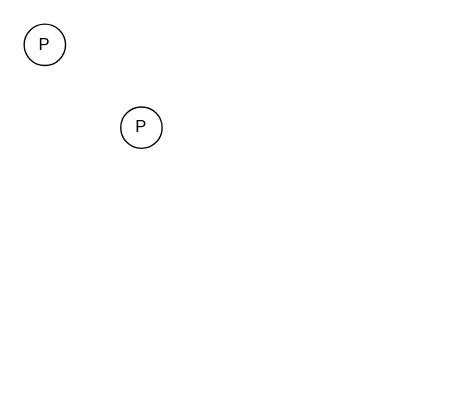
This is ZigZag.drawio from guoyitao/images, a draw.io file, before an edit. Source tidied: cells renumbered, new cells numbered last; positions are measured from the earlier drawing's top-left corner, leaving out a move shared by most shapes. Both pictures are drawn from the tidied source at 138%, with x=0, y=0 at pixel (23, 23).
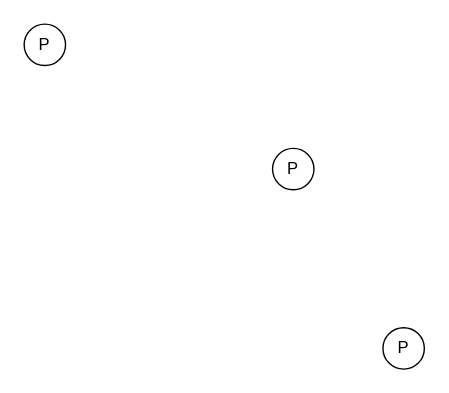
After the change.

Diff of the diagram source:
```diff
@@
 <mxGraphModel>
   <root>
     <mxCell id="0" />
     <mxCell id="1" parent="0" />
     <mxCell id="2" value="P" style="ellipse;whiteSpace=wrap;html=1;" parent="1" vertex="1">
       <mxGeometry width="30" height="30" as="geometry" />
     </mxCell>
     <mxCell id="3" value="P" style="ellipse;whiteSpace=wrap;html=1;" parent="1" vertex="1">
-      <mxGeometry x="70" y="60" width="30" height="30" as="geometry" />
+      <mxGeometry x="260" y="220" width="30" height="30" as="geometry" />
     </mxCell>
+    <mxCell id="4" value="P" style="ellipse;whiteSpace=wrap;html=1;" parent="1" vertex="1">
+      <mxGeometry x="180" y="90" width="30" height="30" as="geometry" />
+    </mxCell>
   </root>
 </mxGraphModel>
```
